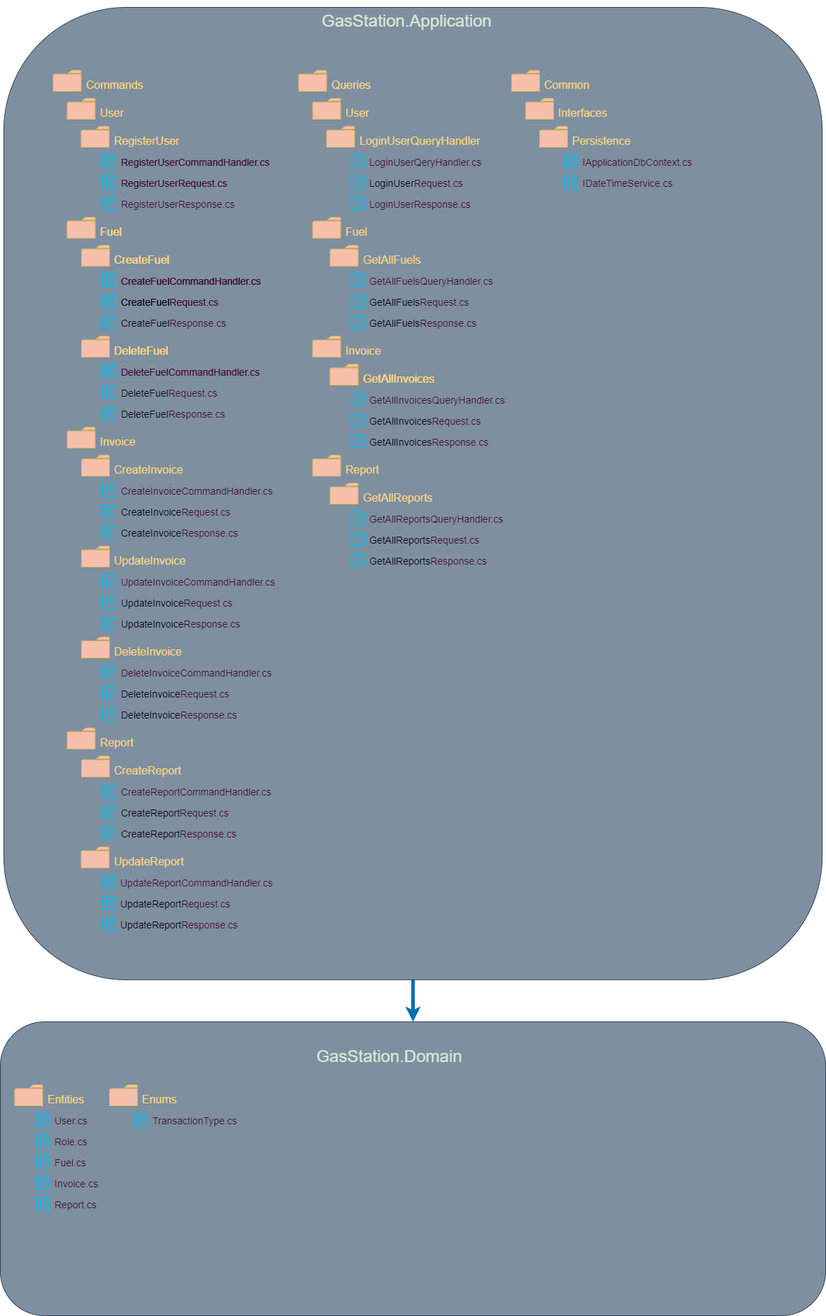
Before: doc/images/DDD-Layer.png, a diagram exported from draw.io (NyIIIa/GasStation). Source tidied: cells renumbered, new cells last; positions are measured from the earlier drawing's top-left corner, leaving out a move shared by most shapes.
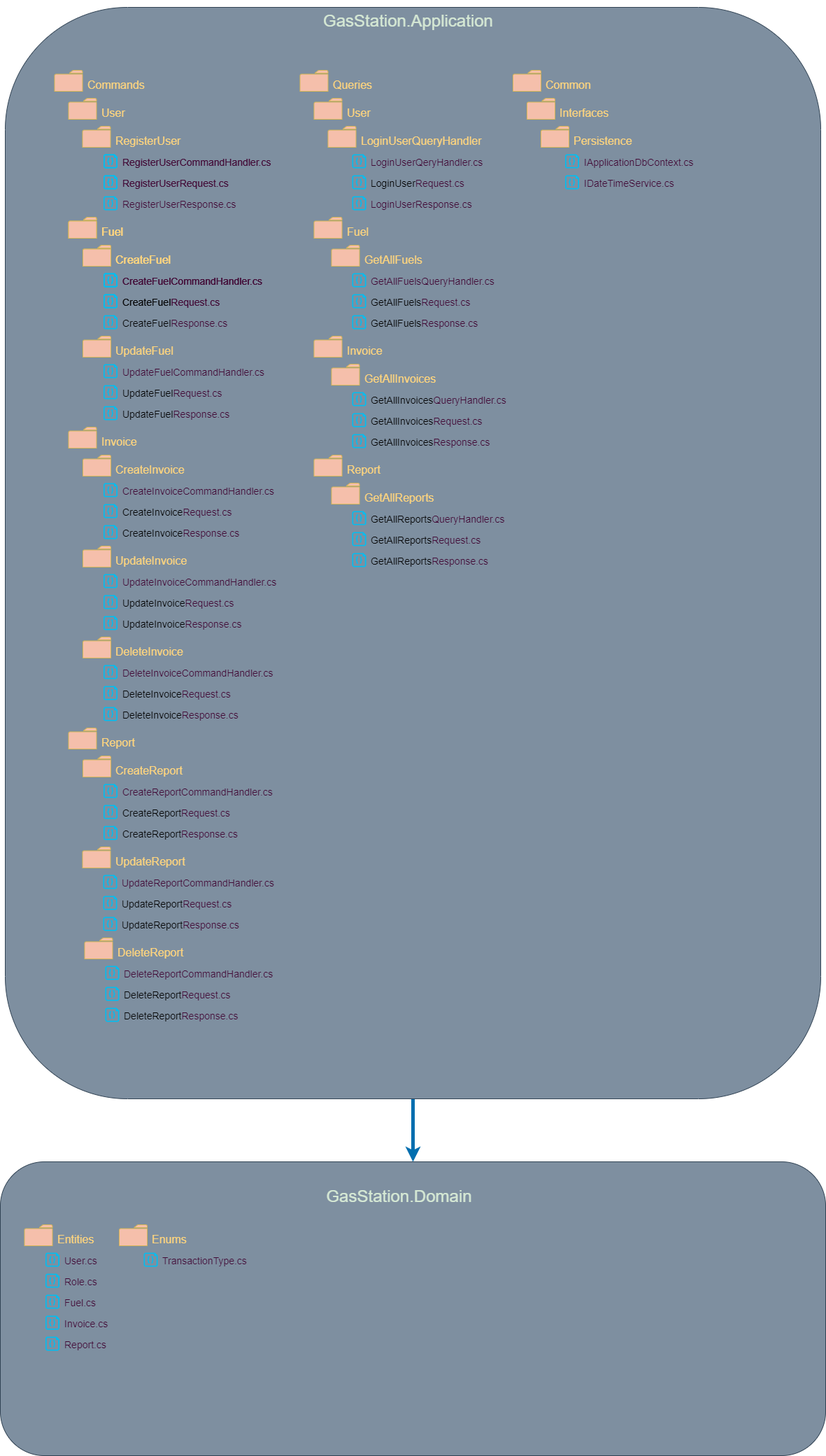
The same file after the commit.

Commit message:
add DeleteReport command

The edit, as a diff of the source:
```diff
@@ -5,21 +5,21 @@
     <mxCell id="2" style="rounded=1;whiteSpace=wrap;html=1;fillColor=#7E8FA0;strokeColor=#314354;fontColor=#ffffff;" parent="1" vertex="1">
-      <mxGeometry y="1460" width="1180" height="420" as="geometry" />
+      <mxGeometry x="-2" y="1660" width="1180" height="420" as="geometry" />
     </mxCell>
     <mxCell id="3" value="&lt;span style=&quot;font-weight: normal;&quot;&gt;&lt;font color=&quot;#d5e8d4&quot;&gt;GasStation.Domain&lt;/font&gt;&lt;/span&gt;" style="text;strokeColor=none;fillColor=none;html=1;fontSize=24;fontStyle=1;verticalAlign=middle;align=center;" parent="1" vertex="1">
-      <mxGeometry x="385" y="1480" width="341" height="60" as="geometry" />
+      <mxGeometry x="397" y="1680" width="341" height="60" as="geometry" />
     </mxCell>
     <mxCell id="4" value="&lt;font color=&quot;#ffd57e&quot; style=&quot;font-size: 16px;&quot;&gt;Entities&lt;/font&gt;" style="sketch=0;shadow=0;dashed=0;html=1;strokeColor=#d6b656;labelPosition=right;verticalLabelPosition=middle;verticalAlign=middle;align=left;shape=mxgraph.office.concepts.folder;fillColor=#f5bfab;spacingRight=0;spacingLeft=5;spacingBottom=0;spacingTop=11;" parent="1" vertex="1">
-      <mxGeometry x="20.5" y="1550" width="40" height="30" as="geometry" />
+      <mxGeometry x="32.5" y="1750" width="40" height="30" as="geometry" />
     </mxCell>
     <mxCell id="5" value="&lt;font color=&quot;#410935&quot; style=&quot;font-size: 14px;&quot;&gt;User.cs&lt;/font&gt;" style="verticalLabelPosition=middle;html=1;verticalAlign=middle;align=left;strokeColor=none;fillColor=#00BEF2;shape=mxgraph.azure.code_file;labelPosition=right;fontSize=14;spacingLeft=5;spacingTop=4;" parent="1" vertex="1">
-      <mxGeometry x="50.5" y="1590" width="20" height="20" as="geometry" />
+      <mxGeometry x="62.5" y="1790" width="20" height="20" as="geometry" />
     </mxCell>
     <mxCell id="6" value="&lt;font color=&quot;#410935&quot; style=&quot;font-size: 14px;&quot;&gt;Fuel.cs&lt;/font&gt;" style="verticalLabelPosition=middle;html=1;verticalAlign=middle;align=left;strokeColor=none;fillColor=#00BEF2;shape=mxgraph.azure.code_file;labelPosition=right;fontSize=14;spacingLeft=5;spacingTop=4;" parent="1" vertex="1">
-      <mxGeometry x="50.5" y="1650" width="20" height="20" as="geometry" />
+      <mxGeometry x="62.5" y="1850" width="20" height="20" as="geometry" />
     </mxCell>
     <mxCell id="7" value="&lt;font color=&quot;#410935&quot; style=&quot;font-size: 14px;&quot;&gt;Invoice.cs&lt;/font&gt;" style="verticalLabelPosition=middle;html=1;verticalAlign=middle;align=left;strokeColor=none;fillColor=#00BEF2;shape=mxgraph.azure.code_file;labelPosition=right;fontSize=14;spacingLeft=5;spacingTop=4;" parent="1" vertex="1">
-      <mxGeometry x="50.5" y="1680" width="20" height="20" as="geometry" />
+      <mxGeometry x="62.5" y="1880" width="20" height="20" as="geometry" />
     </mxCell>
     <mxCell id="8" value="&lt;font color=&quot;#410935&quot; style=&quot;font-size: 14px;&quot;&gt;Role.cs&lt;/font&gt;" style="verticalLabelPosition=middle;html=1;verticalAlign=middle;align=left;strokeColor=none;fillColor=#00BEF2;shape=mxgraph.azure.code_file;labelPosition=right;fontSize=14;spacingLeft=5;spacingTop=4;" parent="1" vertex="1">
-      <mxGeometry x="50.5" y="1620" width="20" height="20" as="geometry" />
+      <mxGeometry x="62.5" y="1820" width="20" height="20" as="geometry" />
     </mxCell>
@@ -29,3 +29,3 @@
     <mxCell id="10" style="rounded=1;whiteSpace=wrap;html=1;fillColor=#7E8FA0;strokeColor=#314354;fontColor=#ffffff;" parent="1" vertex="1">
-      <mxGeometry x="5" y="10" width="1170" height="1390" as="geometry" />
+      <mxGeometry x="5" y="10" width="1166" height="1560" as="geometry" />
     </mxCell>
@@ -85,12 +85,12 @@
     </mxCell>
-    <mxCell id="29" value="&lt;font color=&quot;#ffd57e&quot; style=&quot;font-size: 16px;&quot;&gt;DeleteFuel&lt;/font&gt;" style="sketch=0;shadow=0;dashed=0;html=1;strokeColor=#d6b656;labelPosition=right;verticalLabelPosition=middle;verticalAlign=middle;align=left;shape=mxgraph.office.concepts.folder;fillColor=#f5bfab;spacingRight=0;spacingLeft=5;spacingBottom=0;spacingTop=11;" parent="1" vertex="1">
+    <mxCell id="29" value="&lt;font color=&quot;#ffd57e&quot; style=&quot;font-size: 16px;&quot;&gt;UpdateFuel&lt;/font&gt;" style="sketch=0;shadow=0;dashed=0;html=1;strokeColor=#d6b656;labelPosition=right;verticalLabelPosition=middle;verticalAlign=middle;align=left;shape=mxgraph.office.concepts.folder;fillColor=#f5bfab;spacingRight=0;spacingLeft=5;spacingBottom=0;spacingTop=11;" parent="1" vertex="1">
       <mxGeometry x="116" y="480" width="40" height="30" as="geometry" />
     </mxCell>
-    <mxCell id="30" value="DeleteFuel&lt;font color=&quot;#410935&quot; style=&quot;font-size: 14px;&quot;&gt;Response.cs&lt;/font&gt;" style="verticalLabelPosition=middle;html=1;verticalAlign=middle;align=left;strokeColor=none;fillColor=#00BEF2;shape=mxgraph.azure.code_file;labelPosition=right;fontSize=14;spacingLeft=5;spacingTop=4;" parent="1" vertex="1">
+    <mxCell id="30" value="UpdateFuel&lt;font color=&quot;#410935&quot; style=&quot;font-size: 14px;&quot;&gt;Response.cs&lt;/font&gt;" style="verticalLabelPosition=middle;html=1;verticalAlign=middle;align=left;strokeColor=none;fillColor=#00BEF2;shape=mxgraph.azure.code_file;labelPosition=right;fontSize=14;spacingLeft=5;spacingTop=4;" parent="1" vertex="1">
       <mxGeometry x="145.5" y="580" width="20" height="20" as="geometry" />
     </mxCell>
-    <mxCell id="31" value="&lt;font color=&quot;#410935&quot; style=&quot;font-size: 14px;&quot;&gt;DeleteFuelCommandHandler.cs&lt;/font&gt;" style="verticalLabelPosition=middle;html=1;verticalAlign=middle;align=left;strokeColor=none;fillColor=#00BEF2;shape=mxgraph.azure.code_file;labelPosition=right;fontSize=14;spacingLeft=5;spacingTop=4;" parent="1" vertex="1">
+    <mxCell id="31" value="&lt;font color=&quot;#410935&quot; style=&quot;font-size: 14px;&quot;&gt;UpdateFuelCommandHandler.cs&lt;/font&gt;" style="verticalLabelPosition=middle;html=1;verticalAlign=middle;align=left;strokeColor=none;fillColor=#00BEF2;shape=mxgraph.azure.code_file;labelPosition=right;fontSize=14;spacingLeft=5;spacingTop=4;" parent="1" vertex="1">
       <mxGeometry x="145.5" y="520" width="20" height="20" as="geometry" />
     </mxCell>
-    <mxCell id="32" value="DeleteFuel&lt;font color=&quot;#410935&quot; style=&quot;font-size: 14px;&quot;&gt;Request.cs&lt;/font&gt;" style="verticalLabelPosition=middle;html=1;verticalAlign=middle;align=left;strokeColor=none;fillColor=#00BEF2;shape=mxgraph.azure.code_file;labelPosition=right;fontSize=14;spacingLeft=5;spacingTop=4;" parent="1" vertex="1">
+    <mxCell id="32" value="UpdateFuel&lt;font color=&quot;#410935&quot; style=&quot;font-size: 14px;&quot;&gt;Request.cs&lt;/font&gt;" style="verticalLabelPosition=middle;html=1;verticalAlign=middle;align=left;strokeColor=none;fillColor=#00BEF2;shape=mxgraph.azure.code_file;labelPosition=right;fontSize=14;spacingLeft=5;spacingTop=4;" parent="1" vertex="1">
       <mxGeometry x="145.5" y="550" width="20" height="20" as="geometry" />
@@ -115,8 +115,2 @@
     </mxCell>
-    <mxCell id="39" value="&lt;font color=&quot;#ffd57e&quot; style=&quot;font-size: 16px;&quot;&gt;DeleteFuel&lt;/font&gt;" style="sketch=0;shadow=0;dashed=0;html=1;strokeColor=#d6b656;labelPosition=right;verticalLabelPosition=middle;verticalAlign=middle;align=left;shape=mxgraph.office.concepts.folder;fillColor=#f5bfab;spacingRight=0;spacingLeft=5;spacingBottom=0;spacingTop=11;" parent="1" vertex="1">
-      <mxGeometry x="116" y="480" width="40" height="30" as="geometry" />
-    </mxCell>
-    <mxCell id="40" value="&lt;font color=&quot;#410935&quot; style=&quot;font-size: 14px;&quot;&gt;DeleteFuelCommandHandler.cs&lt;/font&gt;" style="verticalLabelPosition=middle;html=1;verticalAlign=middle;align=left;strokeColor=none;fillColor=#00BEF2;shape=mxgraph.azure.code_file;labelPosition=right;fontSize=14;spacingLeft=5;spacingTop=4;" parent="1" vertex="1">
-      <mxGeometry x="145.5" y="520" width="20" height="20" as="geometry" />
-    </mxCell>
     <mxCell id="41" value="&lt;font color=&quot;#ffd57e&quot; style=&quot;font-size: 16px;&quot;&gt;CreateInvoice&lt;/font&gt;" style="sketch=0;shadow=0;dashed=0;html=1;strokeColor=#d6b656;labelPosition=right;verticalLabelPosition=middle;verticalAlign=middle;align=left;shape=mxgraph.office.concepts.folder;fillColor=#f5bfab;spacingRight=0;spacingLeft=5;spacingBottom=0;spacingTop=11;" parent="1" vertex="1">
@@ -196,6 +190,6 @@
     </mxCell>
-    <mxCell id="66" value="&lt;font color=&quot;#ffd57e&quot; style=&quot;font-size: 16px;&quot;&gt;GetAllInvoices&lt;/font&gt;" style="sketch=0;shadow=0;dashed=0;html=1;strokeColor=#d6b656;labelPosition=right;verticalLabelPosition=middle;verticalAlign=middle;align=left;shape=mxgraph.office.concepts.folder;fillColor=#f5bfab;spacingRight=0;spacingLeft=5;spacingBottom=0;spacingTop=11;" parent="1" vertex="1">
+    <mxCell id="66" value="&lt;font color=&quot;#ffd57e&quot; style=&quot;font-size: 16px;&quot;&gt;GetAllInvoices&amp;nbsp;&lt;/font&gt;" style="sketch=0;shadow=0;dashed=0;html=1;strokeColor=#d6b656;labelPosition=right;verticalLabelPosition=middle;verticalAlign=middle;align=left;shape=mxgraph.office.concepts.folder;fillColor=#f5bfab;spacingRight=0;spacingLeft=5;spacingBottom=0;spacingTop=11;" parent="1" vertex="1">
       <mxGeometry x="471.5" y="520" width="40" height="30" as="geometry" />
     </mxCell>
-    <mxCell id="67" value="&lt;font color=&quot;#410935&quot; style=&quot;font-size: 14px;&quot;&gt;GetAllInvoicesQueryHandler.cs&lt;/font&gt;" style="verticalLabelPosition=middle;html=1;verticalAlign=middle;align=left;strokeColor=none;fillColor=#00BEF2;shape=mxgraph.azure.code_file;labelPosition=right;fontSize=14;spacingLeft=5;spacingTop=4;" parent="1" vertex="1">
+    <mxCell id="67" value="GetAllInvoices&lt;font color=&quot;#410935&quot; style=&quot;font-size: 14px;&quot;&gt;QueryHandler.cs&lt;/font&gt;" style="verticalLabelPosition=middle;html=1;verticalAlign=middle;align=left;strokeColor=none;fillColor=#00BEF2;shape=mxgraph.azure.code_file;labelPosition=right;fontSize=14;spacingLeft=5;spacingTop=4;" parent="1" vertex="1">
       <mxGeometry x="501" y="560" width="20" height="20" as="geometry" />
@@ -205,5 +199,2 @@
     </mxCell>
-    <mxCell id="69" value="&lt;font color=&quot;#ffd57e&quot; style=&quot;font-size: 16px;&quot;&gt;GetAllInvoices&lt;/font&gt;" style="sketch=0;shadow=0;dashed=0;html=1;strokeColor=#d6b656;labelPosition=right;verticalLabelPosition=middle;verticalAlign=middle;align=left;shape=mxgraph.office.concepts.folder;fillColor=#f5bfab;spacingRight=0;spacingLeft=5;spacingBottom=0;spacingTop=11;" parent="1" vertex="1">
-      <mxGeometry x="471.5" y="520" width="40" height="30" as="geometry" />
-    </mxCell>
     <mxCell id="70" value="&lt;font color=&quot;#ffd57e&quot; style=&quot;font-size: 16px;&quot;&gt;Report&lt;/font&gt;" style="sketch=0;shadow=0;dashed=0;html=1;strokeColor=#d6b656;labelPosition=right;verticalLabelPosition=middle;verticalAlign=middle;align=left;shape=mxgraph.office.concepts.folder;fillColor=#f5bfab;spacingRight=0;spacingLeft=5;spacingBottom=0;spacingTop=11;" parent="1" vertex="1">
@@ -241,13 +232,4 @@
     </mxCell>
-    <mxCell id="81" value="&lt;font color=&quot;#410935&quot; style=&quot;font-size: 14px;&quot;&gt;GetAllReportsQueryHandler.cs&lt;/font&gt;" style="verticalLabelPosition=middle;html=1;verticalAlign=middle;align=left;strokeColor=none;fillColor=#00BEF2;shape=mxgraph.azure.code_file;labelPosition=right;fontSize=14;spacingLeft=5;spacingTop=4;" parent="1" vertex="1">
-      <mxGeometry x="501" y="730" width="20" height="20" as="geometry" />
-    </mxCell>
-    <mxCell id="82" value="GetAllReports&lt;font color=&quot;#410935&quot; style=&quot;font-size: 14px;&quot;&gt;Request.cs&lt;/font&gt;" style="verticalLabelPosition=middle;html=1;verticalAlign=middle;align=left;strokeColor=none;fillColor=#00BEF2;shape=mxgraph.azure.code_file;labelPosition=right;fontSize=14;spacingLeft=5;spacingTop=4;" parent="1" vertex="1">
-      <mxGeometry x="501" y="760" width="20" height="20" as="geometry" />
-    </mxCell>
-    <mxCell id="83" value="&lt;font color=&quot;#ffd57e&quot; style=&quot;font-size: 16px;&quot;&gt;GetAllReports&lt;/font&gt;" style="sketch=0;shadow=0;dashed=0;html=1;strokeColor=#d6b656;labelPosition=right;verticalLabelPosition=middle;verticalAlign=middle;align=left;shape=mxgraph.office.concepts.folder;fillColor=#f5bfab;spacingRight=0;spacingLeft=5;spacingBottom=0;spacingTop=11;" parent="1" vertex="1">
-      <mxGeometry x="471.5" y="690" width="40" height="30" as="geometry" />
-    </mxCell>
     <mxCell id="84" value="&lt;font color=&quot;#410935&quot; style=&quot;font-size: 14px;&quot;&gt;Report.cs&lt;/font&gt;" style="verticalLabelPosition=middle;html=1;verticalAlign=middle;align=left;strokeColor=none;fillColor=#00BEF2;shape=mxgraph.azure.code_file;labelPosition=right;fontSize=14;spacingLeft=5;spacingTop=4;" parent="1" vertex="1">
-      <mxGeometry x="50.5" y="1710" width="20" height="20" as="geometry" />
+      <mxGeometry x="62.5" y="1910" width="20" height="20" as="geometry" />
     </mxCell>
@@ -257,7 +239,28 @@
     <mxCell id="86" value="&lt;font color=&quot;#ffd57e&quot;&gt;&lt;span style=&quot;font-size: 16px;&quot;&gt;Enums&lt;/span&gt;&lt;/font&gt;" style="sketch=0;shadow=0;dashed=0;html=1;strokeColor=#d6b656;labelPosition=right;verticalLabelPosition=middle;verticalAlign=middle;align=left;shape=mxgraph.office.concepts.folder;fillColor=#f5bfab;spacingRight=0;spacingLeft=5;spacingBottom=0;spacingTop=11;" parent="1" vertex="1">
-      <mxGeometry x="156" y="1550" width="40" height="30" as="geometry" />
+      <mxGeometry x="168" y="1750" width="40" height="30" as="geometry" />
     </mxCell>
     <mxCell id="87" value="&lt;font color=&quot;#410935&quot; style=&quot;font-size: 14px;&quot;&gt;TransactionType.cs&lt;/font&gt;" style="verticalLabelPosition=middle;html=1;verticalAlign=middle;align=left;strokeColor=none;fillColor=#00BEF2;shape=mxgraph.azure.code_file;labelPosition=right;fontSize=14;spacingLeft=5;spacingTop=4;" parent="1" vertex="1">
-      <mxGeometry x="191" y="1590" width="20" height="20" as="geometry" />
+      <mxGeometry x="203" y="1790" width="20" height="20" as="geometry" />
     </mxCell>
+    <mxCell id="88" value="&lt;font color=&quot;#ffd57e&quot; style=&quot;font-size: 16px;&quot;&gt;DeleteReport&lt;/font&gt;" style="sketch=0;shadow=0;dashed=0;html=1;strokeColor=#d6b656;labelPosition=right;verticalLabelPosition=middle;verticalAlign=middle;align=left;shape=mxgraph.office.concepts.folder;fillColor=#f5bfab;spacingRight=0;spacingLeft=5;spacingBottom=0;spacingTop=11;" parent="1" vertex="1">
+      <mxGeometry x="118.5" y="1340" width="40" height="30" as="geometry" />
+    </mxCell>
+    <mxCell id="89" value="&lt;font style=&quot;font-size: 14px;&quot;&gt;DeleteReport&lt;/font&gt;&lt;font color=&quot;#410935&quot; style=&quot;font-size: 14px;&quot;&gt;Request.cs&lt;/font&gt;" style="verticalLabelPosition=middle;html=1;verticalAlign=middle;align=left;strokeColor=none;fillColor=#00BEF2;shape=mxgraph.azure.code_file;labelPosition=right;fontSize=14;spacingLeft=5;spacingTop=4;" parent="1" vertex="1">
+      <mxGeometry x="148" y="1410" width="20" height="20" as="geometry" />
+    </mxCell>
+    <mxCell id="90" value="&lt;font style=&quot;font-size: 14px;&quot;&gt;DeleteReport&lt;/font&gt;&lt;font color=&quot;#410935&quot; style=&quot;font-size: 14px;&quot;&gt;Response.cs&lt;/font&gt;" style="verticalLabelPosition=middle;html=1;verticalAlign=middle;align=left;strokeColor=none;fillColor=#00BEF2;shape=mxgraph.azure.code_file;labelPosition=right;fontSize=14;spacingLeft=5;spacingTop=4;" parent="1" vertex="1">
+      <mxGeometry x="148" y="1440" width="20" height="20" as="geometry" />
+    </mxCell>
+    <mxCell id="91" value="&lt;font color=&quot;#410935&quot; style=&quot;font-size: 14px;&quot;&gt;DeleteReportCommandHandler.cs&lt;/font&gt;" style="verticalLabelPosition=middle;html=1;verticalAlign=middle;align=left;strokeColor=none;fillColor=#00BEF2;shape=mxgraph.azure.code_file;labelPosition=right;fontSize=14;spacingLeft=5;spacingTop=4;" parent="1" vertex="1">
+      <mxGeometry x="148" y="1380" width="20" height="20" as="geometry" />
+    </mxCell>
+    <mxCell id="83" value="&lt;font color=&quot;#ffd57e&quot; style=&quot;font-size: 16px;&quot;&gt;GetAllReports&lt;/font&gt;" style="sketch=0;shadow=0;dashed=0;html=1;strokeColor=#d6b656;labelPosition=right;verticalLabelPosition=middle;verticalAlign=middle;align=left;shape=mxgraph.office.concepts.folder;fillColor=#f5bfab;spacingRight=0;spacingLeft=5;spacingBottom=0;spacingTop=11;" parent="1" vertex="1">
+      <mxGeometry x="471.5" y="690" width="40" height="30" as="geometry" />
+    </mxCell>
+    <mxCell id="92" value="GetAllReports&lt;font color=&quot;#410935&quot; style=&quot;font-size: 14px;&quot;&gt;QueryHandler.cs&lt;/font&gt;" style="verticalLabelPosition=middle;html=1;verticalAlign=middle;align=left;strokeColor=none;fillColor=#00BEF2;shape=mxgraph.azure.code_file;labelPosition=right;fontSize=14;spacingLeft=5;spacingTop=4;" parent="1" vertex="1">
+      <mxGeometry x="501" y="730" width="20" height="20" as="geometry" />
+    </mxCell>
+    <mxCell id="82" value="GetAllReports&lt;font color=&quot;#410935&quot; style=&quot;font-size: 14px;&quot;&gt;Request.cs&lt;/font&gt;" style="verticalLabelPosition=middle;html=1;verticalAlign=middle;align=left;strokeColor=none;fillColor=#00BEF2;shape=mxgraph.azure.code_file;labelPosition=right;fontSize=14;spacingLeft=5;spacingTop=4;" parent="1" vertex="1">
+      <mxGeometry x="501" y="760" width="20" height="20" as="geometry" />
+    </mxCell>
   </root>
```
